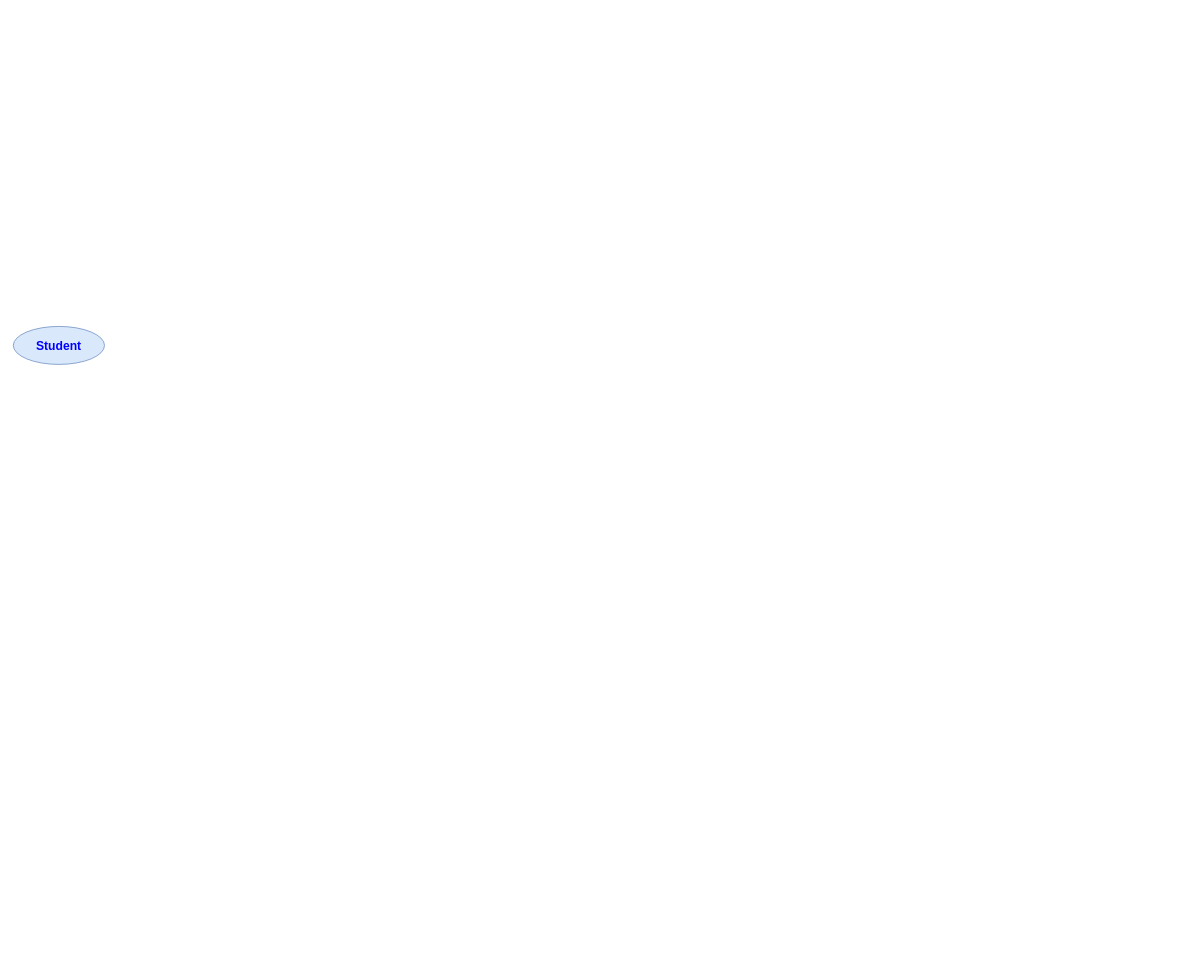
Above: L DFD.drawio in doaa517/Diagrams (draw.io), before the change. Source tidied: cells renumbered, new cells numbered last; positions are measured from the earlier drawing's top-left corner, leaving out a move shared by most shapes. Both pictures are drawn from the tidied source at 76%, with x=0, y=0 at pixel (13, 326).
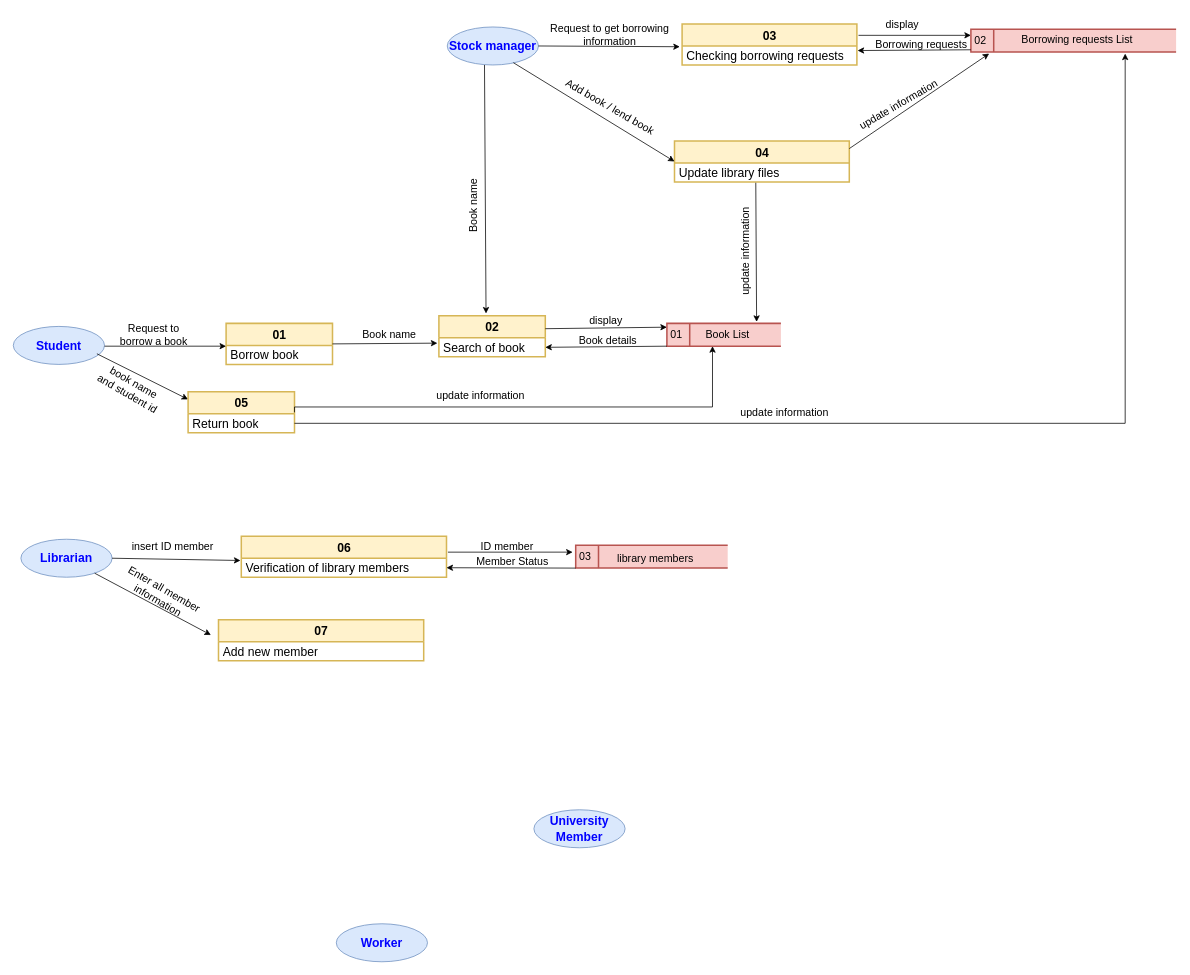
Above is the later version.

What changed in the source:
```diff
@@
+    <mxCell id="3" value="&lt;b&gt;&lt;font style=&quot;font-size: 16px;&quot; color=&quot;#0000FF&quot;&gt;Stock manager&lt;/font&gt;&lt;/b&gt;" style="ellipse;whiteSpace=wrap;html=1;fillColor=#dae8fc;strokeColor=#6c8ebf;" parent="1" vertex="1">
+      <mxGeometry x="571" y="-394" width="120" height="50" as="geometry" />
+    </mxCell>
+    <mxCell id="4" value="&lt;b&gt;&lt;font style=&quot;font-size: 16px;&quot; color=&quot;#0000FF&quot;&gt;University Member&lt;/font&gt;&lt;/b&gt;" style="ellipse;whiteSpace=wrap;html=1;fillColor=#dae8fc;strokeColor=#6c8ebf;" parent="1" vertex="1">
+      <mxGeometry x="685" y="636" width="120" height="50" as="geometry" />
+    </mxCell>
+    <mxCell id="5" value="&lt;b&gt;&lt;font style=&quot;font-size: 16px;&quot; color=&quot;#0000FF&quot;&gt;Librarian&lt;/font&gt;&lt;/b&gt;" style="ellipse;whiteSpace=wrap;html=1;fillColor=#dae8fc;strokeColor=#6c8ebf;" parent="1" vertex="1">
+      <mxGeometry x="10" y="280" width="120" height="50" as="geometry" />
+    </mxCell>
+    <mxCell id="6" value="&lt;b&gt;&lt;font style=&quot;font-size: 16px;&quot; color=&quot;#0000FF&quot;&gt;Worker&lt;br&gt;&lt;/font&gt;&lt;/b&gt;" style="ellipse;whiteSpace=wrap;html=1;fillColor=#dae8fc;strokeColor=#6c8ebf;" parent="1" vertex="1">
+      <mxGeometry x="425" y="786" width="120" height="50" as="geometry" />
+    </mxCell>
+    <mxCell id="7" value="01" style="swimlane;fontStyle=1;align=center;verticalAlign=middle;horizontal=1;startSize=29;html=1;fontSize=16;strokeWidth=2;fillColor=#fff2cc;strokeColor=#d6b656;" parent="1" vertex="1">
+      <mxGeometry x="280" y="-4" width="140" height="54" as="geometry" />
+    </mxCell>
+    <mxCell id="8" value="&lt;div&gt;&lt;font color=&quot;#000000&quot;&gt;Borrow book&lt;/font&gt;&lt;/div&gt;" style="text;html=1;strokeColor=none;fillColor=none;align=left;verticalAlign=middle;spacingLeft=4;spacingRight=4;overflow=hidden;fontSize=16;fontColor=#0000FF;" parent="7" vertex="1">
+      <mxGeometry y="29" width="140" height="25" as="geometry" />
+    </mxCell>
+    <mxCell id="9" style="endArrow=classic;html=1;rounded=0;fontSize=16;fontColor=#0000FF;" parent="1" edge="1">
+      <mxGeometry relative="1" as="geometry">
+        <mxPoint x="120" y="26" as="sourcePoint" />
+        <mxPoint x="280" y="26" as="targetPoint" />
+      </mxGeometry>
+    </mxCell>
+    <mxCell id="10" value="Request to borrow a book" style="text;html=1;strokeColor=none;fillColor=none;align=center;verticalAlign=middle;whiteSpace=wrap;rounded=0;strokeWidth=2;fontSize=14;fontColor=#000000;" parent="1" vertex="1">
+      <mxGeometry x="130" y="-4" width="110" height="30" as="geometry" />
+    </mxCell>
+    <mxCell id="11" style="endArrow=classic;html=1;rounded=0;fontSize=14;fontColor=#000000;" parent="1" edge="1">
+      <mxGeometry relative="1" as="geometry">
+        <mxPoint x="110" y="36" as="sourcePoint" />
+        <mxPoint x="230" y="96" as="targetPoint" />
+      </mxGeometry>
+    </mxCell>
+    <mxCell id="12" value="05" style="swimlane;fontStyle=1;align=center;verticalAlign=middle;horizontal=1;startSize=29;html=1;fontSize=16;strokeWidth=2;fillColor=#fff2cc;strokeColor=#d6b656;" parent="1" vertex="1">
+      <mxGeometry x="230" y="86" width="140" height="54" as="geometry" />
+    </mxCell>
+    <mxCell id="13" value="&lt;div&gt;&lt;font color=&quot;#000000&quot;&gt;Return book&lt;/font&gt;&lt;/div&gt;" style="text;html=1;strokeColor=none;fillColor=none;align=left;verticalAlign=middle;spacingLeft=4;spacingRight=4;overflow=hidden;points=[[0,0.5],[1,0.5]];portConstraint=eastwest;fontSize=16;fontColor=#0000FF;" parent="12" vertex="1">
+      <mxGeometry y="29" width="140" height="25" as="geometry" />
+    </mxCell>
+    <mxCell id="14" value="02" style="swimlane;fontStyle=1;align=center;verticalAlign=middle;horizontal=1;startSize=29;html=1;fontSize=16;strokeWidth=2;fillColor=#fff2cc;strokeColor=#d6b656;" parent="1" vertex="1">
+      <mxGeometry x="560" y="-14" width="140" height="54" as="geometry" />
+    </mxCell>
+    <mxCell id="15" value="&lt;div&gt;&lt;font color=&quot;#000000&quot;&gt;Search of book&lt;/font&gt;&lt;/div&gt;" style="text;html=1;strokeColor=none;fillColor=none;align=left;verticalAlign=middle;spacingLeft=4;spacingRight=4;overflow=hidden;points=[[0,0.5],[1,0.5]];portConstraint=eastwest;fontSize=16;fontColor=#0000FF;" parent="14" vertex="1">
+      <mxGeometry y="29" width="140" height="25" as="geometry" />
+    </mxCell>
+    <mxCell id="16" style="endArrow=classic;html=1;rounded=0;fontSize=14;fontColor=#000000;entryX=-0.014;entryY=0.28;entryDx=0;entryDy=0;exitX=1;exitY=0.5;exitDx=0;exitDy=0;entryPerimeter=0;" parent="1" edge="1" source="7" target="15">
+      <mxGeometry relative="1" as="geometry" />
+    </mxCell>
+    <mxCell id="17" value="Book name" style="text;html=1;strokeColor=none;fillColor=none;align=center;verticalAlign=middle;whiteSpace=wrap;rounded=0;strokeWidth=2;fontSize=14;fontColor=#000000;" parent="1" vertex="1">
+      <mxGeometry x="450" y="-4" width="90" height="30" as="geometry" />
+    </mxCell>
+    <mxCell id="18" style="endArrow=classic;html=1;rounded=0;fontSize=14;fontColor=#000000;entryX=0.443;entryY=-0.056;entryDx=0;entryDy=0;entryPerimeter=0;" parent="1" edge="1" target="14">
+      <mxGeometry relative="1" as="geometry">
+        <mxPoint x="620" y="-344" as="sourcePoint" />
+      </mxGeometry>
+    </mxCell>
+    <mxCell id="19" style="endArrow=classic;html=1;rounded=0;fontSize=14;fontColor=#000000;entryX=0;entryY=0.5;entryDx=0;entryDy=0;exitX=1;exitY=0.5;exitDx=0;exitDy=0;" parent="1" edge="1">
+      <mxGeometry relative="1" as="geometry">
+        <mxPoint x="700" y="3" as="sourcePoint" />
+        <mxPoint x="860" y="1" as="targetPoint" />
+      </mxGeometry>
+    </mxCell>
+    <mxCell id="20" value="Book name" style="text;html=1;strokeColor=none;fillColor=none;align=center;verticalAlign=middle;whiteSpace=wrap;rounded=0;strokeWidth=2;fontSize=14;fontColor=#000000;rotation=-90;" parent="1" vertex="1">
+      <mxGeometry x="560" y="-174" width="90" height="30" as="geometry" />
+    </mxCell>
+    <mxCell id="21" value="01" style="html=1;dashed=0;whitespace=wrap;shape=mxgraph.dfd.dataStoreID;align=left;spacingLeft=3;points=[[0,0],[0.5,0],[1,0],[0,0.5],[1,0.5],[0,1],[0.5,1],[1,1]];strokeWidth=2;fontSize=14;fillColor=#f8cecc;strokeColor=#b85450;" parent="1" vertex="1">
+      <mxGeometry x="860" y="-4" width="150" height="30" as="geometry" />
+    </mxCell>
+    <mxCell id="22" value="Book List" style="text;html=1;strokeColor=none;fillColor=none;align=center;verticalAlign=middle;whiteSpace=wrap;rounded=0;strokeWidth=2;fontSize=14;fontColor=#000000;" parent="1" vertex="1">
+      <mxGeometry x="910" y="-4" width="60" height="30" as="geometry" />
+    </mxCell>
+    <mxCell id="23" value="display" style="text;html=1;strokeColor=none;fillColor=none;align=center;verticalAlign=middle;whiteSpace=wrap;rounded=0;strokeWidth=2;fontSize=14;fontColor=#000000;" parent="1" vertex="1">
+      <mxGeometry x="750" y="-23" width="60" height="30" as="geometry" />
+    </mxCell>
+    <mxCell id="24" value="book name and student id" style="text;html=1;strokeColor=none;fillColor=none;align=center;verticalAlign=middle;whiteSpace=wrap;rounded=0;strokeWidth=2;fontSize=14;fontColor=#000000;rotation=30;" parent="1" vertex="1">
+      <mxGeometry x="110" y="66" width="90" height="30" as="geometry" />
+    </mxCell>
+    <mxCell id="25" value="03" style="swimlane;fontStyle=1;align=center;verticalAlign=middle;horizontal=1;startSize=29;html=1;fontSize=16;strokeWidth=2;fillColor=#fff2cc;strokeColor=#d6b656;" parent="1" vertex="1">
+      <mxGeometry x="880" y="-398" width="230" height="54" as="geometry" />
+    </mxCell>
+    <mxCell id="26" value="&lt;font color=&quot;#000000&quot;&gt;Checking borrowing requests&lt;/font&gt;" style="text;html=1;strokeColor=none;fillColor=none;align=left;verticalAlign=middle;spacingLeft=4;spacingRight=4;overflow=hidden;points=[[0,0.5],[1,0.5]];portConstraint=eastwest;fontSize=16;fontColor=#0000FF;" parent="25" vertex="1">
+      <mxGeometry y="29" width="230" height="25" as="geometry" />
+    </mxCell>
+    <mxCell id="27" style="endArrow=classic;html=1;rounded=0;fontSize=14;fontColor=#000000;entryX=-0.013;entryY=0.04;entryDx=0;entryDy=0;exitX=1;exitY=0.5;exitDx=0;exitDy=0;entryPerimeter=0;" parent="1" edge="1" source="3" target="26">
+      <mxGeometry relative="1" as="geometry" />
+    </mxCell>
+    <mxCell id="28" value="Request to get borrowing information" style="text;html=1;strokeColor=none;fillColor=none;align=center;verticalAlign=middle;whiteSpace=wrap;rounded=0;strokeWidth=2;fontSize=14;fontColor=#000000;" parent="1" vertex="1">
+      <mxGeometry x="700" y="-399" width="170" height="30" as="geometry" />
+    </mxCell>
+    <mxCell id="29" style="endArrow=classic;html=1;fontFamily=Helvetica;fontSize=14;fontColor=#000000;align=center;strokeColor=default;" parent="1" edge="1">
+      <mxGeometry relative="1" as="geometry">
+        <mxPoint x="1112.1" y="-383" as="sourcePoint" />
+        <mxPoint x="1260" y="-383" as="targetPoint" />
+      </mxGeometry>
+    </mxCell>
+    <mxCell id="30" value="display" style="text;html=1;strokeColor=none;fillColor=none;align=center;verticalAlign=middle;whiteSpace=wrap;rounded=0;strokeWidth=2;fontSize=14;fontColor=#000000;" parent="1" vertex="1">
+      <mxGeometry x="1140" y="-412" width="60" height="30" as="geometry" />
+    </mxCell>
+    <mxCell id="31" value="02" style="html=1;dashed=0;whitespace=wrap;shape=mxgraph.dfd.dataStoreID;align=left;spacingLeft=3;points=[[0,0],[0.5,0],[1,0],[0,0.5],[1,0.5],[0,1],[0.5,1],[1,1]];strokeWidth=2;fontSize=14;fillColor=#f8cecc;strokeColor=#b85450;" parent="1" vertex="1">
+      <mxGeometry x="1260" y="-391" width="270" height="30" as="geometry" />
+    </mxCell>
+    <mxCell id="32" value="&lt;font color=&quot;#000000&quot;&gt;Borrowing requests &lt;/font&gt;List" style="text;html=1;strokeColor=none;fillColor=none;align=center;verticalAlign=middle;whiteSpace=wrap;rounded=0;strokeWidth=2;fontSize=14;fontColor=#000000;" parent="1" vertex="1">
+      <mxGeometry x="1310" y="-392" width="180" height="30" as="geometry" />
+    </mxCell>
+    <mxCell id="33" value="04" style="swimlane;fontStyle=1;align=center;verticalAlign=middle;horizontal=1;startSize=29;html=1;fontSize=16;strokeWidth=2;fillColor=#fff2cc;strokeColor=#d6b656;" parent="1" vertex="1">
+      <mxGeometry x="870" y="-244" width="230" height="54" as="geometry" />
+    </mxCell>
+    <mxCell id="34" value="&lt;font color=&quot;#000000&quot;&gt;Update library files&lt;/font&gt;" style="text;html=1;strokeColor=none;fillColor=none;align=left;verticalAlign=middle;spacingLeft=4;spacingRight=4;overflow=hidden;points=[[0,0.5],[1,0.5]];portConstraint=eastwest;fontSize=16;fontColor=#0000FF;" parent="33" vertex="1">
+      <mxGeometry y="29" width="230" height="25" as="geometry" />
+    </mxCell>
+    <mxCell id="35" style="endArrow=classic;html=1;rounded=0;fontSize=14;fontColor=#000000;entryX=0;entryY=0.5;entryDx=0;entryDy=0;exitX=0.725;exitY=0.94;exitDx=0;exitDy=0;exitPerimeter=0;" parent="1" edge="1" source="3" target="33">
+      <mxGeometry relative="1" as="geometry" />
+    </mxCell>
+    <mxCell id="36" value="Add book / lend book" style="text;html=1;strokeColor=none;fillColor=none;align=center;verticalAlign=middle;whiteSpace=wrap;rounded=0;strokeWidth=2;fontSize=14;fontColor=#000000;rotation=30;" parent="1" vertex="1">
+      <mxGeometry x="715.5" y="-304" width="139" height="30" as="geometry" />
+    </mxCell>
+    <mxCell id="37" style="endArrow=classic;html=1;rounded=0;fontSize=14;fontColor=#000000;entryX=0.089;entryY=1.067;entryDx=0;entryDy=0;entryPerimeter=0;" parent="1" edge="1" target="31">
+      <mxGeometry relative="1" as="geometry">
+        <mxPoint x="1100" y="-234" as="sourcePoint" />
+      </mxGeometry>
+    </mxCell>
+    <mxCell id="38" style="endArrow=classic;html=1;rounded=0;fontSize=14;fontColor=#000000;exitX=0.465;exitY=1.04;exitDx=0;exitDy=0;exitPerimeter=0;entryX=0.787;entryY=-0.067;entryDx=0;entryDy=0;entryPerimeter=0;" parent="1" edge="1" source="34" target="21">
+      <mxGeometry relative="1" as="geometry" />
+    </mxCell>
+    <mxCell id="39" value="update information " style="text;html=1;strokeColor=none;fillColor=none;align=center;verticalAlign=middle;whiteSpace=wrap;rounded=0;strokeWidth=2;fontSize=14;fontColor=#000000;rotation=-30;" parent="1" vertex="1">
+      <mxGeometry x="1100" y="-307" width="130" height="30" as="geometry" />
+    </mxCell>
+    <mxCell id="40" value="update information " style="text;html=1;strokeColor=none;fillColor=none;align=center;verticalAlign=middle;whiteSpace=wrap;rounded=0;strokeWidth=2;fontSize=14;fontColor=#000000;rotation=0;" parent="1" vertex="1">
+      <mxGeometry x="550" y="76" width="130" height="30" as="geometry" />
+    </mxCell>
+    <mxCell id="41" style="endArrow=classic;html=1;rounded=0;fontSize=14;fontColor=#000000;entryX=1.004;entryY=0.24;entryDx=0;entryDy=0;entryPerimeter=0;" parent="1" edge="1" target="26">
+      <mxGeometry relative="1" as="geometry">
+        <mxPoint x="1260" y="-364" as="sourcePoint" />
+      </mxGeometry>
+    </mxCell>
+    <mxCell id="42" value="&lt;font color=&quot;#000000&quot;&gt;Borrowing request&lt;/font&gt;s" style="text;html=1;strokeColor=none;fillColor=none;align=center;verticalAlign=middle;whiteSpace=wrap;rounded=0;strokeWidth=2;fontSize=14;fontColor=#000000;" parent="1" vertex="1">
+      <mxGeometry x="1120" y="-386" width="150" height="30" as="geometry" />
+    </mxCell>
+    <mxCell id="43" style="endArrow=classic;html=1;rounded=0;fontSize=14;fontColor=#000000;exitX=0;exitY=1;exitDx=0;exitDy=0;entryX=1;entryY=0.5;entryDx=0;entryDy=0;" parent="1" edge="1" source="21" target="15">
+      <mxGeometry relative="1" as="geometry" />
+    </mxCell>
+    <mxCell id="44" value="Book details" style="text;html=1;strokeColor=none;fillColor=none;align=center;verticalAlign=middle;whiteSpace=wrap;rounded=0;strokeWidth=2;fontSize=14;fontColor=#000000;" parent="1" vertex="1">
+      <mxGeometry x="740" y="4" width="85" height="30" as="geometry" />
+    </mxCell>
+    <mxCell id="45" style="endArrow=classic;html=1;rounded=0;fontSize=14;fontColor=#000000;entryX=0.167;entryY=1;entryDx=0;entryDy=0;entryPerimeter=0;exitX=1;exitY=0.5;exitDx=0;exitDy=0;edgeStyle=orthogonalEdgeStyle;" parent="1" edge="1" source="12" target="22">
+      <mxGeometry relative="1" as="geometry">
+        <Array as="points">
+          <mxPoint x="370" y="106" />
+          <mxPoint x="920" y="106" />
+        </Array>
+      </mxGeometry>
+    </mxCell>
+    <mxCell id="46" value="update information " style="text;html=1;strokeColor=none;fillColor=none;align=center;verticalAlign=middle;whiteSpace=wrap;rounded=0;strokeWidth=2;fontSize=14;fontColor=#000000;rotation=-90;" parent="1" vertex="1">
+      <mxGeometry x="899" y="-114" width="130" height="30" as="geometry" />
+    </mxCell>
+    <mxCell id="47" style="endArrow=classic;html=1;rounded=0;fontSize=14;fontColor=#000000;entryX=0.85;entryY=1.1;entryDx=0;entryDy=0;entryPerimeter=0;exitX=1;exitY=0.5;exitDx=0;exitDy=0;edgeStyle=orthogonalEdgeStyle;" parent="1" edge="1" source="13" target="32">
+      <mxGeometry relative="1" as="geometry" />
+    </mxCell>
+    <mxCell id="48" value="update information " style="text;html=1;strokeColor=none;fillColor=none;align=center;verticalAlign=middle;whiteSpace=wrap;rounded=0;strokeWidth=2;fontSize=14;fontColor=#000000;rotation=0;" parent="1" vertex="1">
+      <mxGeometry x="950" y="98" width="130" height="30" as="geometry" />
+    </mxCell>
+    <mxCell id="49" value="06" style="swimlane;fontStyle=1;align=center;verticalAlign=middle;horizontal=1;startSize=29;html=1;fontSize=16;strokeWidth=2;fillColor=#fff2cc;strokeColor=#d6b656;" parent="1" vertex="1">
+      <mxGeometry x="300" y="276" width="270" height="54" as="geometry" />
+    </mxCell>
+    <mxCell id="50" value="&lt;font color=&quot;#000000&quot;&gt;Verification of library members&lt;/font&gt;" style="text;html=1;strokeColor=none;fillColor=none;align=left;verticalAlign=middle;spacingLeft=4;spacingRight=4;overflow=hidden;points=[[0,0.5],[1,0.5]];portConstraint=eastwest;fontSize=16;fontColor=#0000FF;" parent="49" vertex="1">
+      <mxGeometry y="29" width="270" height="25" as="geometry" />
+    </mxCell>
+    <mxCell id="51" style="endArrow=classic;html=1;rounded=0;fontSize=14;fontColor=#000000;exitX=1;exitY=0.5;exitDx=0;exitDy=0;entryX=-0.004;entryY=0.12;entryDx=0;entryDy=0;entryPerimeter=0;" parent="1" edge="1" source="5" target="50">
+      <mxGeometry relative="1" as="geometry" />
+    </mxCell>
+    <mxCell id="52" value="&lt;font color=&quot;#000000&quot;&gt;insert ID member&lt;/font&gt;" style="text;html=1;strokeColor=none;fillColor=none;align=center;verticalAlign=middle;whiteSpace=wrap;rounded=0;strokeWidth=2;fontSize=14;fontColor=#000000;" parent="1" vertex="1">
+      <mxGeometry x="150" y="275" width="120" height="30" as="geometry" />
+    </mxCell>
+    <mxCell id="53" value="03" style="html=1;dashed=0;whitespace=wrap;shape=mxgraph.dfd.dataStoreID;align=left;spacingLeft=3;points=[[0,0],[0.5,0],[1,0],[0,0.5],[1,0.5],[0,1],[0.5,1],[1,1]];strokeWidth=2;fontSize=14;fillColor=#f8cecc;strokeColor=#b85450;" parent="1" vertex="1">
+      <mxGeometry x="740" y="288" width="200" height="30" as="geometry" />
+    </mxCell>
+    <mxCell id="54" value="&lt;font color=&quot;#000000&quot;&gt;library members&lt;/font&gt;" style="text;html=1;strokeColor=none;fillColor=none;align=center;verticalAlign=middle;whiteSpace=wrap;rounded=0;strokeWidth=2;fontSize=14;fontColor=#000000;" parent="1" vertex="1">
+      <mxGeometry x="770" y="290" width="150" height="30" as="geometry" />
+    </mxCell>
+    <mxCell id="55" style="endArrow=classic;html=1;rounded=0;fontSize=14;fontColor=#000000;entryX=-0.02;entryY=0.3;entryDx=0;entryDy=0;entryPerimeter=0;exitX=1.007;exitY=0.389;exitDx=0;exitDy=0;exitPerimeter=0;" parent="1" edge="1" source="49" target="53">
+      <mxGeometry relative="1" as="geometry" />
+    </mxCell>
+    <mxCell id="56" value="&lt;font color=&quot;#000000&quot;&gt;ID member&lt;/font&gt;" style="text;html=1;strokeColor=none;fillColor=none;align=center;verticalAlign=middle;whiteSpace=wrap;rounded=0;strokeWidth=2;fontSize=14;fontColor=#000000;" parent="1" vertex="1">
+      <mxGeometry x="590" y="275" width="120" height="30" as="geometry" />
+    </mxCell>
+    <mxCell id="57" style="endArrow=classic;html=1;rounded=0;fontSize=14;fontColor=#000000;exitX=0;exitY=1;exitDx=0;exitDy=0;entryX=1;entryY=0.5;entryDx=0;entryDy=0;" parent="1" edge="1" source="53" target="50">
+      <mxGeometry relative="1" as="geometry" />
+    </mxCell>
+    <mxCell id="58" value="Member Status" style="text;html=1;strokeColor=none;fillColor=none;align=center;verticalAlign=middle;whiteSpace=wrap;rounded=0;strokeWidth=2;fontSize=14;fontColor=#000000;" parent="1" vertex="1">
+      <mxGeometry x="552" y="294" width="210" height="30" as="geometry" />
+    </mxCell>
+    <mxCell id="59" style="endArrow=classic;html=1;rounded=0;fontSize=14;fontColor=#000000;" parent="1" edge="1" source="5">
+      <mxGeometry relative="1" as="geometry">
+        <mxPoint x="260" y="406" as="targetPoint" />
+      </mxGeometry>
+    </mxCell>
+    <mxCell id="60" value="Enter all member information" style="text;html=1;strokeColor=none;fillColor=none;align=center;verticalAlign=middle;whiteSpace=wrap;rounded=0;strokeWidth=2;fontSize=14;fontColor=#000000;rotation=30;" parent="1" vertex="1">
+      <mxGeometry x="110" y="338" width="170" height="30" as="geometry" />
+    </mxCell>
+    <mxCell id="61" value="07" style="swimlane;fontStyle=1;align=center;verticalAlign=middle;horizontal=1;startSize=29;html=1;fontSize=16;strokeWidth=2;fillColor=#fff2cc;strokeColor=#d6b656;" parent="1" vertex="1">
+      <mxGeometry x="270" y="386" width="270" height="54" as="geometry" />
+    </mxCell>
+    <mxCell id="62" value="&lt;font color=&quot;#000000&quot;&gt;Add new member&lt;/font&gt;" style="text;html=1;strokeColor=none;fillColor=none;align=left;verticalAlign=middle;spacingLeft=4;spacingRight=4;overflow=hidden;fontSize=16;fontColor=#0000FF;" parent="61" vertex="1">
+      <mxGeometry y="29" width="270" height="25" as="geometry" />
+    </mxCell>
```
